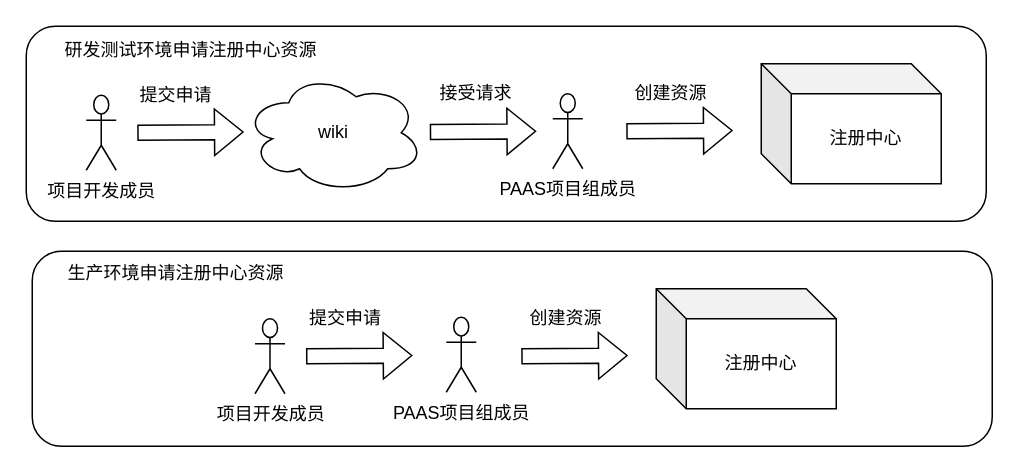
Before: page "Page-1" (1 of 2) of 1Diagram.drawio in licheng-iwish/drawio, a draw.io diagram. Source tidied: cells renumbered, new cells numbered last; positions are measured from the earlier drawing's top-left corner, leaving out a move shared by most shapes. Both pictures are drawn from the tidied source at 150%, with x=0, y=0 at pixel (26, 26).
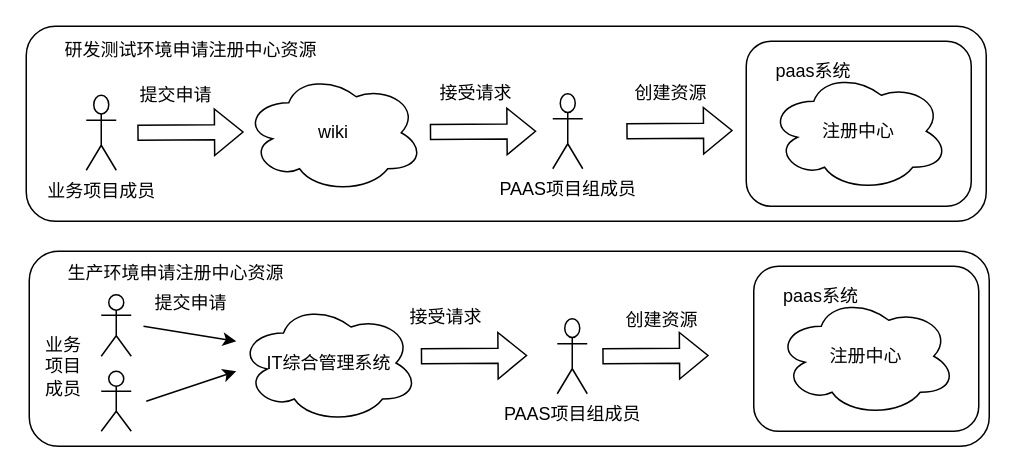
The same page after the edit.

The edit, as a diff of the source:
```diff
@@
-    <mxCell id="3" value="项目开发成员" style="shape=umlActor;verticalLabelPosition=bottom;verticalAlign=top;html=1;" parent="1" vertex="1">
+    <mxCell id="3" value="业务项目成员" style="shape=umlActor;verticalLabelPosition=bottom;verticalAlign=top;html=1;" parent="1" vertex="1">
       <mxGeometry x="40" y="46" width="20" height="50" as="geometry" />
     </mxCell>
@@
-    <mxCell id="10" value="注册中心" style="shape=cube;whiteSpace=wrap;html=1;boundedLbl=1;backgroundOutline=1;darkOpacity=0.05;darkOpacity2=0.1;" parent="1" vertex="1">
-      <mxGeometry x="490" y="25" width="120" height="80" as="geometry" />
-    </mxCell>
@@
     <mxCell id="14" style="rounded=1;whiteSpace=wrap;html=1;" parent="1" vertex="1">
-      <mxGeometry x="4" y="150" width="640" height="130" as="geometry" />
+      <mxGeometry x="2" y="150" width="640" height="130" as="geometry" />
     </mxCell>
-    <mxCell id="15" value="项目开发成员" style="shape=umlActor;verticalLabelPosition=bottom;verticalAlign=top;html=1;" parent="1" vertex="1">
-      <mxGeometry x="152.5" y="195" width="20" height="50" as="geometry" />
+    <mxCell id="15" value="PAAS项目组成员" style="shape=umlActor;verticalLabelPosition=bottom;verticalAlign=top;html=1;" parent="1" vertex="1">
+      <mxGeometry x="354" y="195" width="20" height="50" as="geometry" />
     </mxCell>
-    <mxCell id="16" value="提交申请" style="text;html=1;strokeColor=none;fillColor=none;align=center;verticalAlign=middle;whiteSpace=wrap;rounded=0;" parent="1" vertex="1">
-      <mxGeometry x="182.5" y="180" width="60" height="30" as="geometry" />
-    </mxCell>
@@
-    <mxCell id="18" value="PAAS项目组成员" style="shape=umlActor;verticalLabelPosition=bottom;verticalAlign=top;html=1;" parent="1" vertex="1">
-      <mxGeometry x="280" y="194" width="20" height="50" as="geometry" />
-    </mxCell>
-    <mxCell id="19" value="注册中心" style="shape=cube;whiteSpace=wrap;html=1;boundedLbl=1;backgroundOutline=1;darkOpacity=0.05;darkOpacity2=0.1;" parent="1" vertex="1">
-      <mxGeometry x="420" y="175" width="120" height="80" as="geometry" />
-    </mxCell>
     <mxCell id="20" style="shape=flexArrow;endArrow=classic;html=1;rounded=0;" parent="1" edge="1">
       <mxGeometry relative="1" as="geometry">
-        <mxPoint x="330" y="220" as="sourcePoint" />
-        <mxPoint x="401" y="219.5" as="targetPoint" />
+        <mxPoint x="384" y="220" as="sourcePoint" />
+        <mxPoint x="455" y="219.5" as="targetPoint" />
       </mxGeometry>
     </mxCell>
     <mxCell id="21" style="shape=flexArrow;endArrow=classic;html=1;rounded=0;" parent="1" edge="1">
       <mxGeometry relative="1" as="geometry">
-        <mxPoint x="186.5" y="220" as="sourcePoint" />
-        <mxPoint x="257.5" y="219.5" as="targetPoint" />
+        <mxPoint x="263" y="220" as="sourcePoint" />
+        <mxPoint x="334" y="219.5" as="targetPoint" />
       </mxGeometry>
     </mxCell>
     <mxCell id="22" value="创建资源" style="text;html=1;strokeColor=none;fillColor=none;align=center;verticalAlign=middle;whiteSpace=wrap;rounded=0;" parent="1" vertex="1">
-      <mxGeometry x="330" y="180" width="60" height="30" as="geometry" />
+      <mxGeometry x="394" y="181" width="60" height="30" as="geometry" />
     </mxCell>
+    <mxCell id="23" style="ellipse;shape=cloud;whiteSpace=wrap;html=1;rounded=0;sketch=0;" parent="1" vertex="1">
+      <mxGeometry x="507" y="180" width="120" height="80" as="geometry" />
+    </mxCell>
+    <mxCell id="24" style="shape=umlActor;verticalLabelPosition=bottom;verticalAlign=top;html=1;rounded=0;sketch=0;" parent="1" vertex="1">
+      <mxGeometry x="50" y="230" width="20" height="40" as="geometry" />
+    </mxCell>
+    <mxCell id="25" style="shape=umlActor;verticalLabelPosition=bottom;verticalAlign=top;html=1;rounded=0;sketch=0;" parent="1" vertex="1">
+      <mxGeometry x="50" y="179" width="20" height="41" as="geometry" />
+    </mxCell>
+    <mxCell id="26" value="业务项目成员" style="text;html=1;strokeColor=none;fillColor=none;align=center;verticalAlign=middle;whiteSpace=wrap;rounded=0;sketch=0;" parent="1" vertex="1">
+      <mxGeometry x="10" y="184.5" width="30" height="85.5" as="geometry" />
+    </mxCell>
+    <mxCell id="27" style="endArrow=classic;html=1;rounded=1;sketch=0;curved=0;exitX=0.119;exitY=0.385;exitDx=0;exitDy=0;exitPerimeter=0;" parent="1" edge="1" source="14">
+      <mxGeometry relative="1" as="geometry">
+        <mxPoint x="140" y="210" as="targetPoint" />
+      </mxGeometry>
+    </mxCell>
+    <mxCell id="28" style="rounded=1;whiteSpace=wrap;html=1;sketch=0;" parent="1" vertex="1">
+      <mxGeometry x="485" y="160" width="150" height="110" as="geometry" />
+    </mxCell>
+    <mxCell id="29" style="endArrow=classic;html=1;rounded=1;sketch=0;curved=0;" parent="1" edge="1">
+      <mxGeometry relative="1" as="geometry">
+        <mxPoint x="80" y="250" as="sourcePoint" />
+        <mxPoint x="140" y="230" as="targetPoint" />
+      </mxGeometry>
+    </mxCell>
+    <mxCell id="30" value="注册中心" style="ellipse;shape=cloud;whiteSpace=wrap;html=1;rounded=0;sketch=0;" parent="1" vertex="1">
+      <mxGeometry x="500" y="180" width="120" height="80" as="geometry" />
+    </mxCell>
+    <mxCell id="31" value="paas系统" style="text;html=1;strokeColor=none;fillColor=none;align=center;verticalAlign=middle;whiteSpace=wrap;rounded=0;sketch=0;" parent="1" vertex="1">
+      <mxGeometry x="500" y="165" width="60" height="30" as="geometry" />
+    </mxCell>
+    <mxCell id="32" style="rounded=1;whiteSpace=wrap;html=1;sketch=0;" parent="1" vertex="1">
+      <mxGeometry x="480" y="10" width="150" height="110" as="geometry" />
+    </mxCell>
+    <mxCell id="33" value="注册中心" style="ellipse;shape=cloud;whiteSpace=wrap;html=1;rounded=0;sketch=0;" parent="1" vertex="1">
+      <mxGeometry x="495" y="30" width="120" height="80" as="geometry" />
+    </mxCell>
+    <mxCell id="34" value="paas系统" style="text;html=1;strokeColor=none;fillColor=none;align=center;verticalAlign=middle;whiteSpace=wrap;rounded=0;sketch=0;" parent="1" vertex="1">
+      <mxGeometry x="495" y="15" width="60" height="30" as="geometry" />
+    </mxCell>
+    <mxCell id="35" value="IT综合管理系统" style="ellipse;shape=cloud;whiteSpace=wrap;html=1;" parent="1" vertex="1">
+      <mxGeometry x="141.5" y="184.5" width="120" height="80" as="geometry" />
+    </mxCell>
+    <mxCell id="36" value="接受请求" style="text;html=1;strokeColor=none;fillColor=none;align=center;verticalAlign=middle;whiteSpace=wrap;rounded=0;" parent="1" vertex="1">
+      <mxGeometry x="250" y="179" width="60" height="30" as="geometry" />
+    </mxCell>
+    <mxCell id="16" value="提交申请" style="text;html=1;strokeColor=none;fillColor=none;align=center;verticalAlign=middle;whiteSpace=wrap;rounded=0;" parent="1" vertex="1">
+      <mxGeometry x="80" y="170" width="60" height="30" as="geometry" />
+    </mxCell>
```
